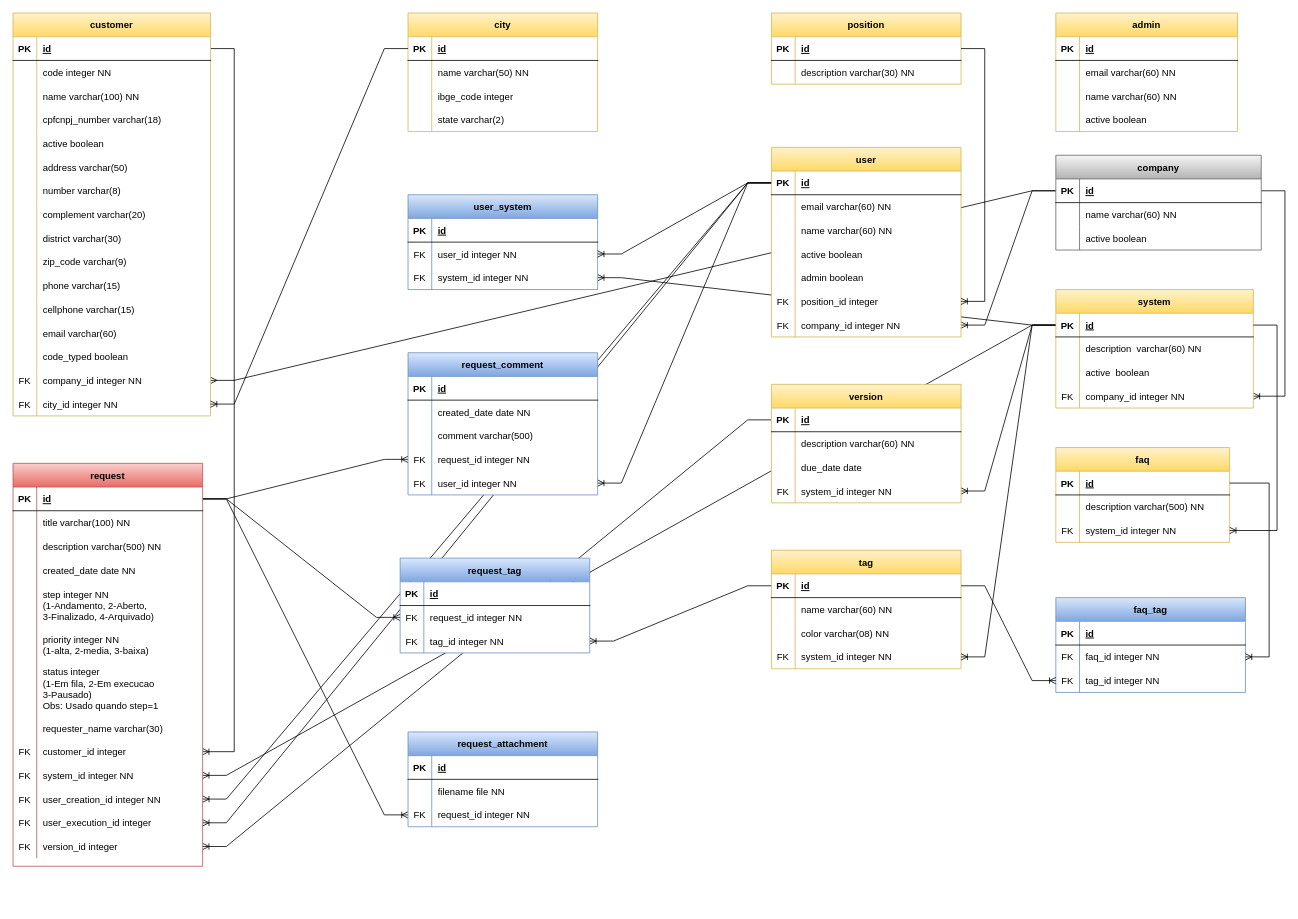
Above: lib/docs/Entidades.drawio in edsoncosta-br/sfhelpdesk (draw.io), before the change. Source tidied: cells renumbered, new cells numbered last; positions are measured from the earlier drawing's top-left corner, leaving out a move shared by most shapes. Both pictures are drawn from the tidied source at 79%, with x=0, y=0 at pixel (13, 13).
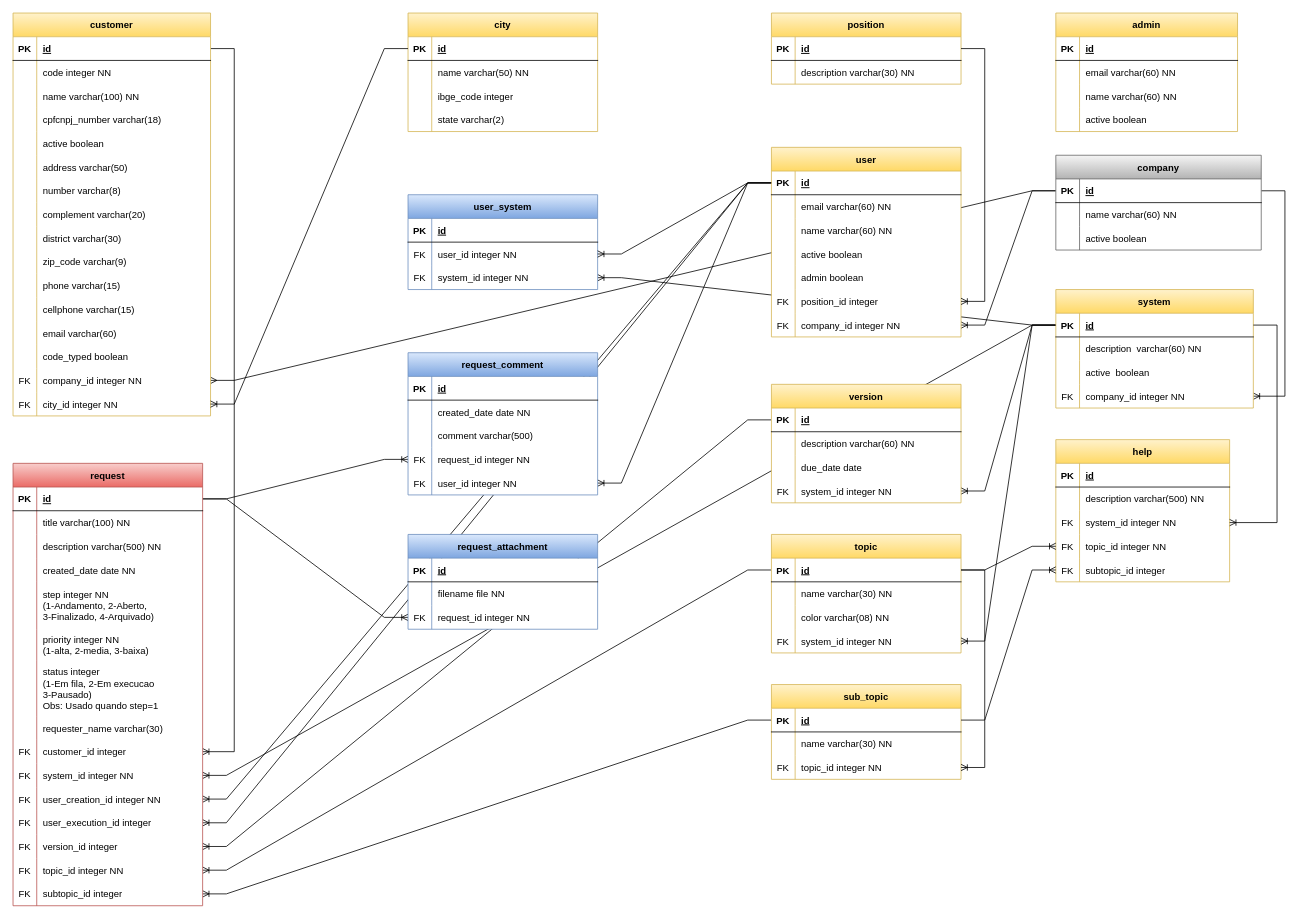
The same diagram, later.

The change refers to these unchanged cells:
```xml
<mxCell id="102" style="shape=tableRow;horizontal=0;startSize=0;swimlaneHead=0;swimlaneBody=0;fillColor=none;points=[[0,0.5],[1,0.5]];portConstraint=eastwest;top=0;left=0;right=0;bottom=1;" parent="101" vertex="1">
  <mxGeometry y="30" width="240" height="30" as="geometry" />
</mxCell>
<mxCell id="105" style="shape=tableRow;horizontal=0;startSize=0;swimlaneHead=0;swimlaneBody=0;fillColor=none;top=0;left=0;right=0;bottom=0;" parent="101" vertex="1">
  <mxGeometry y="60" width="240" height="30" as="geometry" />
</mxCell>
<mxCell id="128" style="shape=tableRow;horizontal=0;startSize=0;swimlaneHead=0;swimlaneBody=0;fillColor=none;points=[[0,0.5],[1,0.5]];portConstraint=eastwest;top=0;left=0;right=0;bottom=1;" parent="127" vertex="1">
  <mxGeometry y="30" width="240" height="30" as="geometry" />
</mxCell>
<mxCell id="251" style="shape=tableRow;horizontal=0;startSize=0;swimlaneHead=0;swimlaneBody=0;fillColor=none;points=[[0,0.5],[1,0.5]];portConstraint=eastwest;top=0;left=0;right=0;bottom=1;" parent="250" vertex="1">
  <mxGeometry y="30" width="220" height="30" as="geometry" />
</mxCell>
```

The edit, as a diff of the source:
```diff
@@
+    <mxCell id="283" style="edgeStyle=entityRelationEdgeStyle;fontSize=12;html=1;endArrow=ERoneToMany;rounded=0;" parent="1" edge="1" source="102" target="285">
+      <mxGeometry relative="1" as="geometry" />
+    </mxCell>
+    <mxCell id="284" style="edgeStyle=entityRelationEdgeStyle;fontSize=12;html=1;endArrow=ERoneToMany;rounded=0;" parent="1" edge="1" source="298" target="288">
+      <mxGeometry relative="1" as="geometry" />
+    </mxCell>
@@
-    <mxCell id="10" style="edgeStyle=entityRelationEdgeStyle;fontSize=12;html=1;endArrow=ERoneToMany;rounded=0;" parent="1" edge="1" source="102" target="280">
-      <mxGeometry relative="1" as="geometry" />
-    </mxCell>
@@
-    <mxCell id="13" style="edgeStyle=entityRelationEdgeStyle;fontSize=12;html=1;endArrow=ERoneToMany;rounded=0;" parent="1" edge="1" source="128" target="277">
-      <mxGeometry relative="1" as="geometry" />
-    </mxCell>
@@
-    <mxCell id="101" value="tag" style="shape=table;startSize=30;childLayout=tableLayout;rowLines=0;fontStyle=1;align=center;swimlaneFillColor=#FFFFFF;fillColor=#fff2cc;gradientColor=#ffd966;strokeColor=#d6b656;" parent="1" vertex="1">
-      <mxGeometry x="960" y="680" width="240" height="150" as="geometry" />
+    <mxCell id="101" value="topic" style="shape=table;startSize=30;childLayout=tableLayout;rowLines=0;fontStyle=1;align=center;swimlaneFillColor=#FFFFFF;fillColor=#fff2cc;gradientColor=#ffd966;strokeColor=#d6b656;" parent="1" vertex="1">
+      <mxGeometry x="960" y="660" width="240" height="150" as="geometry" />
     </mxCell>
@@
-    <mxCell id="107" value="name varchar(60) NN" style="shape=partialRectangle;fillColor=none;top=0;left=0;bottom=0;right=0;align=left;spacingLeft=6;overflow=hidden;" parent="105" vertex="1">
+    <mxCell id="107" value="name varchar(30) NN" style="shape=partialRectangle;fillColor=none;top=0;left=0;bottom=0;right=0;align=left;spacingLeft=6;overflow=hidden;" parent="105" vertex="1">
       <mxGeometry x="30" width="210" height="30" as="geometry" />
     </mxCell>
@@
     <mxCell id="127" value="request" style="shape=table;startSize=30;childLayout=tableLayout;rowLines=0;fontStyle=1;align=center;swimlaneFillColor=#FFFFFF;fillColor=#f8cecc;strokeColor=#b85450;gradientColor=#ea6b66;" parent="1" vertex="1">
-      <mxGeometry y="570" width="240" height="510" as="geometry" />
+      <mxGeometry y="570" width="240" height="560" as="geometry" />
     </mxCell>
@@
+    <mxCell id="285" style="shape=tableRow;horizontal=0;startSize=0;swimlaneHead=0;swimlaneBody=0;fillColor=none;points=[[0,0.5],[1,0.5]];portConstraint=eastwest;top=0;left=0;right=0;bottom=0;" parent="127" vertex="1">
+      <mxGeometry y="500" width="240" height="30" as="geometry" />
+    </mxCell>
+    <mxCell id="286" value="FK" style="shape=partialRectangle;fillColor=none;top=0;left=0;bottom=0;right=0;overflow=hidden;" parent="285" vertex="1">
+      <mxGeometry width="30" height="30" as="geometry" />
+    </mxCell>
+    <mxCell id="287" value="topic_id integer NN" style="shape=partialRectangle;fillColor=none;top=0;left=0;bottom=0;right=0;align=left;spacingLeft=6;overflow=hidden;" parent="285" vertex="1">
+      <mxGeometry x="30" width="210" height="30" as="geometry" />
+    </mxCell>
+    <mxCell id="288" style="shape=tableRow;horizontal=0;startSize=0;swimlaneHead=0;swimlaneBody=0;fillColor=none;points=[[0,0.5],[1,0.5]];portConstraint=eastwest;top=0;left=0;right=0;bottom=0;" parent="127" vertex="1">
+      <mxGeometry y="530" width="240" height="30" as="geometry" />
+    </mxCell>
+    <mxCell id="289" value="FK" style="shape=partialRectangle;fillColor=none;top=0;left=0;bottom=0;right=0;overflow=hidden;" parent="288" vertex="1">
+      <mxGeometry width="30" height="30" as="geometry" />
+    </mxCell>
+    <mxCell id="290" value="subtopic_id integer" style="shape=partialRectangle;fillColor=none;top=0;left=0;bottom=0;right=0;align=left;spacingLeft=6;overflow=hidden;" parent="288" vertex="1">
+      <mxGeometry x="30" width="210" height="30" as="geometry" />
+    </mxCell>
@@
     <mxCell id="193" value="request_attachment" style="shape=table;startSize=30;childLayout=tableLayout;rowLines=0;fontStyle=1;align=center;swimlaneFillColor=#FFFFFF;fillColor=#dae8fc;strokeColor=#6c8ebf;gradientColor=#7ea6e0;" parent="1" vertex="1">
-      <mxGeometry x="500" y="910" width="240" height="120" as="geometry" />
+      <mxGeometry x="500" y="660" width="240" height="120" as="geometry" />
     </mxCell>
@@
-    <mxCell id="250" value="faq" style="shape=table;startSize=30;childLayout=tableLayout;rowLines=0;fontStyle=1;align=center;swimlaneFillColor=#FFFFFF;fillColor=#fff2cc;gradientColor=#ffd966;strokeColor=#d6b656;" parent="1" vertex="1">
-      <mxGeometry x="1320" y="550" width="220" height="120" as="geometry" />
+    <mxCell id="250" value="help" style="shape=table;startSize=30;childLayout=tableLayout;rowLines=0;fontStyle=1;align=center;swimlaneFillColor=#FFFFFF;fillColor=#fff2cc;gradientColor=#ffd966;strokeColor=#d6b656;" parent="1" vertex="1">
+      <mxGeometry x="1320" y="540" width="220" height="180" as="geometry" />
     </mxCell>
@@
+    <mxCell id="291" style="shape=tableRow;horizontal=0;startSize=0;swimlaneHead=0;swimlaneBody=0;fillColor=none;points=[[0,0.5],[1,0.5]];portConstraint=eastwest;top=0;left=0;right=0;bottom=0;" parent="250" vertex="1">
+      <mxGeometry y="120" width="220" height="30" as="geometry" />
+    </mxCell>
+    <mxCell id="292" value="FK" style="shape=partialRectangle;fillColor=none;top=0;left=0;bottom=0;right=0;overflow=hidden;" parent="291" vertex="1">
+      <mxGeometry width="30" height="30" as="geometry" />
+    </mxCell>
+    <mxCell id="293" value="topic_id integer NN" style="shape=partialRectangle;fillColor=none;top=0;left=0;bottom=0;right=0;align=left;spacingLeft=6;overflow=hidden;" parent="291" vertex="1">
+      <mxGeometry x="30" width="190" height="30" as="geometry" />
+    </mxCell>
+    <mxCell id="294" style="shape=tableRow;horizontal=0;startSize=0;swimlaneHead=0;swimlaneBody=0;fillColor=none;points=[[0,0.5],[1,0.5]];portConstraint=eastwest;top=0;left=0;right=0;bottom=0;" parent="250" vertex="1">
+      <mxGeometry y="150" width="220" height="30" as="geometry" />
+    </mxCell>
+    <mxCell id="295" value="FK" style="shape=partialRectangle;fillColor=none;top=0;left=0;bottom=0;right=0;overflow=hidden;" parent="294" vertex="1">
+      <mxGeometry width="30" height="30" as="geometry" />
+    </mxCell>
+    <mxCell id="296" value="subtopic_id integer" style="shape=partialRectangle;fillColor=none;top=0;left=0;bottom=0;right=0;align=left;spacingLeft=6;overflow=hidden;" parent="294" vertex="1">
+      <mxGeometry x="30" width="190" height="30" as="geometry" />
+    </mxCell>
@@
-    <mxCell id="261" value="faq_tag" style="shape=table;startSize=30;childLayout=tableLayout;rowLines=0;fontStyle=1;align=center;swimlaneFillColor=#FFFFFF;fillColor=#dae8fc;gradientColor=#7ea6e0;strokeColor=#6c8ebf;" parent="1" vertex="1">
-      <mxGeometry x="1320" y="740" width="240" height="120" as="geometry" />
-    </mxCell>
-    <mxCell id="262" style="shape=tableRow;horizontal=0;startSize=0;swimlaneHead=0;swimlaneBody=0;fillColor=none;top=0;left=0;right=0;bottom=1;" parent="261" vertex="1">
-      <mxGeometry y="30" width="240" height="30" as="geometry" />
-    </mxCell>
-    <mxCell id="263" value="PK" style="shape=partialRectangle;fillColor=none;top=0;left=0;bottom=0;right=0;fontStyle=1;overflow=hidden;" parent="262" vertex="1">
-      <mxGeometry width="30" height="30" as="geometry" />
-    </mxCell>
-    <mxCell id="264" value="id" style="shape=partialRectangle;fillColor=none;top=0;left=0;bottom=0;right=0;align=left;spacingLeft=6;fontStyle=5;overflow=hidden;" parent="262" vertex="1">
-      <mxGeometry x="30" width="210" height="30" as="geometry" />
-    </mxCell>
-    <mxCell id="265" style="shape=tableRow;horizontal=0;startSize=0;swimlaneHead=0;swimlaneBody=0;fillColor=none;points=[[0,0.5],[1,0.5]];portConstraint=eastwest;top=0;left=0;right=0;bottom=0;" parent="261" vertex="1">
-      <mxGeometry y="60" width="240" height="30" as="geometry" />
-    </mxCell>
-    <mxCell id="266" value="FK" style="shape=partialRectangle;fillColor=none;top=0;left=0;bottom=0;right=0;overflow=hidden;" parent="265" vertex="1">
-      <mxGeometry width="30" height="30" as="geometry" />
-    </mxCell>
-    <mxCell id="267" value="faq_id integer NN" style="shape=partialRectangle;fillColor=none;top=0;left=0;bottom=0;right=0;align=left;spacingLeft=6;overflow=hidden;" parent="265" vertex="1">
-      <mxGeometry x="30" width="210" height="30" as="geometry" />
-    </mxCell>
-    <mxCell id="268" style="shape=tableRow;horizontal=0;startSize=0;swimlaneHead=0;swimlaneBody=0;fillColor=none;points=[[0,0.5],[1,0.5]];portConstraint=eastwest;top=0;left=0;right=0;bottom=0;" parent="261" vertex="1">
-      <mxGeometry y="90" width="240" height="30" as="geometry" />
-    </mxCell>
-    <mxCell id="269" value="FK" style="shape=partialRectangle;fillColor=none;top=0;left=0;bottom=0;right=0;overflow=hidden;" parent="268" vertex="1">
-      <mxGeometry width="30" height="30" as="geometry" />
-    </mxCell>
-    <mxCell id="270" value="tag_id integer NN" style="shape=partialRectangle;fillColor=none;top=0;left=0;bottom=0;right=0;align=left;spacingLeft=6;overflow=hidden;" parent="268" vertex="1">
-      <mxGeometry x="30" width="210" height="30" as="geometry" />
-    </mxCell>
-    <mxCell id="271" style="edgeStyle=entityRelationEdgeStyle;fontSize=12;html=1;endArrow=ERoneToMany;rounded=0;" parent="1" edge="1" source="102" target="268">
-      <mxGeometry relative="1" as="geometry" />
-    </mxCell>
-    <mxCell id="272" style="edgeStyle=entityRelationEdgeStyle;fontSize=12;html=1;endArrow=ERoneToMany;rounded=0;" parent="1" edge="1" source="251" target="265">
-      <mxGeometry relative="1" as="geometry" />
-    </mxCell>
-    <mxCell id="273" value="request_tag" style="shape=table;startSize=30;childLayout=tableLayout;rowLines=0;fontStyle=1;align=center;swimlaneFillColor=#FFFFFF;fillColor=#dae8fc;strokeColor=#6c8ebf;gradientColor=#7ea6e0;" parent="1" vertex="1">
-      <mxGeometry x="490" y="690" width="240" height="120" as="geometry" />
-    </mxCell>
-    <mxCell id="274" style="shape=tableRow;horizontal=0;startSize=0;swimlaneHead=0;swimlaneBody=0;fillColor=none;top=0;left=0;right=0;bottom=1;" parent="273" vertex="1">
-      <mxGeometry y="30" width="240" height="30" as="geometry" />
-    </mxCell>
-    <mxCell id="275" value="PK" style="shape=partialRectangle;fillColor=none;top=0;left=0;bottom=0;right=0;fontStyle=1;overflow=hidden;" parent="274" vertex="1">
-      <mxGeometry width="30" height="30" as="geometry" />
-    </mxCell>
-    <mxCell id="276" value="id" style="shape=partialRectangle;fillColor=none;top=0;left=0;bottom=0;right=0;align=left;spacingLeft=6;fontStyle=5;overflow=hidden;" parent="274" vertex="1">
-      <mxGeometry x="30" width="210" height="30" as="geometry" />
-    </mxCell>
-    <mxCell id="277" style="shape=tableRow;horizontal=0;startSize=0;swimlaneHead=0;swimlaneBody=0;fillColor=none;points=[[0,0.5],[1,0.5]];portConstraint=eastwest;top=0;left=0;right=0;bottom=0;" parent="273" vertex="1">
-      <mxGeometry y="60" width="240" height="30" as="geometry" />
-    </mxCell>
-    <mxCell id="278" value="FK" style="shape=partialRectangle;fillColor=none;top=0;left=0;bottom=0;right=0;overflow=hidden;" parent="277" vertex="1">
-      <mxGeometry width="30" height="30" as="geometry" />
-    </mxCell>
-    <mxCell id="279" value="request_id integer NN" style="shape=partialRectangle;fillColor=none;top=0;left=0;bottom=0;right=0;align=left;spacingLeft=6;overflow=hidden;" parent="277" vertex="1">
-      <mxGeometry x="30" width="210" height="30" as="geometry" />
-    </mxCell>
-    <mxCell id="280" style="shape=tableRow;horizontal=0;startSize=0;swimlaneHead=0;swimlaneBody=0;fillColor=none;points=[[0,0.5],[1,0.5]];portConstraint=eastwest;top=0;left=0;right=0;bottom=0;" parent="273" vertex="1">
-      <mxGeometry y="90" width="240" height="30" as="geometry" />
-    </mxCell>
-    <mxCell id="281" value="FK" style="shape=partialRectangle;fillColor=none;top=0;left=0;bottom=0;right=0;overflow=hidden;" parent="280" vertex="1">
-      <mxGeometry width="30" height="30" as="geometry" />
-    </mxCell>
-    <mxCell id="282" value="tag_id integer NN" style="shape=partialRectangle;fillColor=none;top=0;left=0;bottom=0;right=0;align=left;spacingLeft=6;overflow=hidden;" parent="280" vertex="1">
-      <mxGeometry x="30" width="210" height="30" as="geometry" />
-    </mxCell>
+    <mxCell id="297" value="sub_topic" style="shape=table;startSize=30;childLayout=tableLayout;rowLines=0;fontStyle=1;align=center;swimlaneFillColor=#FFFFFF;fillColor=#fff2cc;gradientColor=#ffd966;strokeColor=#d6b656;" parent="1" vertex="1">
+      <mxGeometry x="960" y="850" width="240" height="120" as="geometry" />
+    </mxCell>
+    <mxCell id="298" style="shape=tableRow;horizontal=0;startSize=0;swimlaneHead=0;swimlaneBody=0;fillColor=none;points=[[0,0.5],[1,0.5]];portConstraint=eastwest;top=0;left=0;right=0;bottom=1;" parent="297" vertex="1">
+      <mxGeometry y="30" width="240" height="30" as="geometry" />
+    </mxCell>
+    <mxCell id="299" value="PK" style="shape=partialRectangle;fillColor=none;top=0;left=0;bottom=0;right=0;fontStyle=1;overflow=hidden;" parent="298" vertex="1">
+      <mxGeometry width="30" height="30" as="geometry" />
+    </mxCell>
+    <mxCell id="300" value="id" style="shape=partialRectangle;fillColor=none;top=0;left=0;bottom=0;right=0;align=left;spacingLeft=6;fontStyle=5;overflow=hidden;" parent="298" vertex="1">
+      <mxGeometry x="30" width="210" height="30" as="geometry" />
+    </mxCell>
+    <mxCell id="301" style="shape=tableRow;horizontal=0;startSize=0;swimlaneHead=0;swimlaneBody=0;fillColor=none;top=0;left=0;right=0;bottom=0;" parent="297" vertex="1">
+      <mxGeometry y="60" width="240" height="30" as="geometry" />
+    </mxCell>
+    <mxCell id="302" style="shape=partialRectangle;fillColor=none;top=0;left=0;bottom=0;right=0;overflow=hidden;" parent="301" vertex="1">
+      <mxGeometry width="30" height="30" as="geometry" />
+    </mxCell>
+    <mxCell id="303" value="name varchar(30) NN" style="shape=partialRectangle;fillColor=none;top=0;left=0;bottom=0;right=0;align=left;spacingLeft=6;overflow=hidden;" parent="301" vertex="1">
+      <mxGeometry x="30" width="210" height="30" as="geometry" />
+    </mxCell>
+    <mxCell id="304" style="shape=tableRow;horizontal=0;startSize=0;swimlaneHead=0;swimlaneBody=0;fillColor=none;points=[[0,0.5],[1,0.5]];portConstraint=eastwest;top=0;left=0;right=0;bottom=0;" parent="297" vertex="1">
+      <mxGeometry y="90" width="240" height="30" as="geometry" />
+    </mxCell>
+    <mxCell id="305" value="FK" style="shape=partialRectangle;fillColor=none;top=0;left=0;bottom=0;right=0;overflow=hidden;" parent="304" vertex="1">
+      <mxGeometry width="30" height="30" as="geometry" />
+    </mxCell>
+    <mxCell id="306" value="topic_id integer NN" style="shape=partialRectangle;fillColor=none;top=0;left=0;bottom=0;right=0;align=left;spacingLeft=6;overflow=hidden;" parent="304" vertex="1">
+      <mxGeometry x="30" width="210" height="30" as="geometry" />
+    </mxCell>
+    <mxCell id="307" style="edgeStyle=entityRelationEdgeStyle;fontSize=12;html=1;endArrow=ERoneToMany;rounded=0;" parent="1" edge="1" source="102" target="304">
+      <mxGeometry relative="1" as="geometry" />
+    </mxCell>
+    <mxCell id="308" style="edgeStyle=entityRelationEdgeStyle;fontSize=12;html=1;endArrow=ERoneToMany;rounded=0;" parent="1" edge="1" source="102" target="291">
+      <mxGeometry relative="1" as="geometry" />
+    </mxCell>
+    <mxCell id="309" style="edgeStyle=entityRelationEdgeStyle;fontSize=12;html=1;endArrow=ERoneToMany;rounded=0;" parent="1" edge="1" source="298" target="294">
+      <mxGeometry relative="1" as="geometry" />
+    </mxCell>
```
